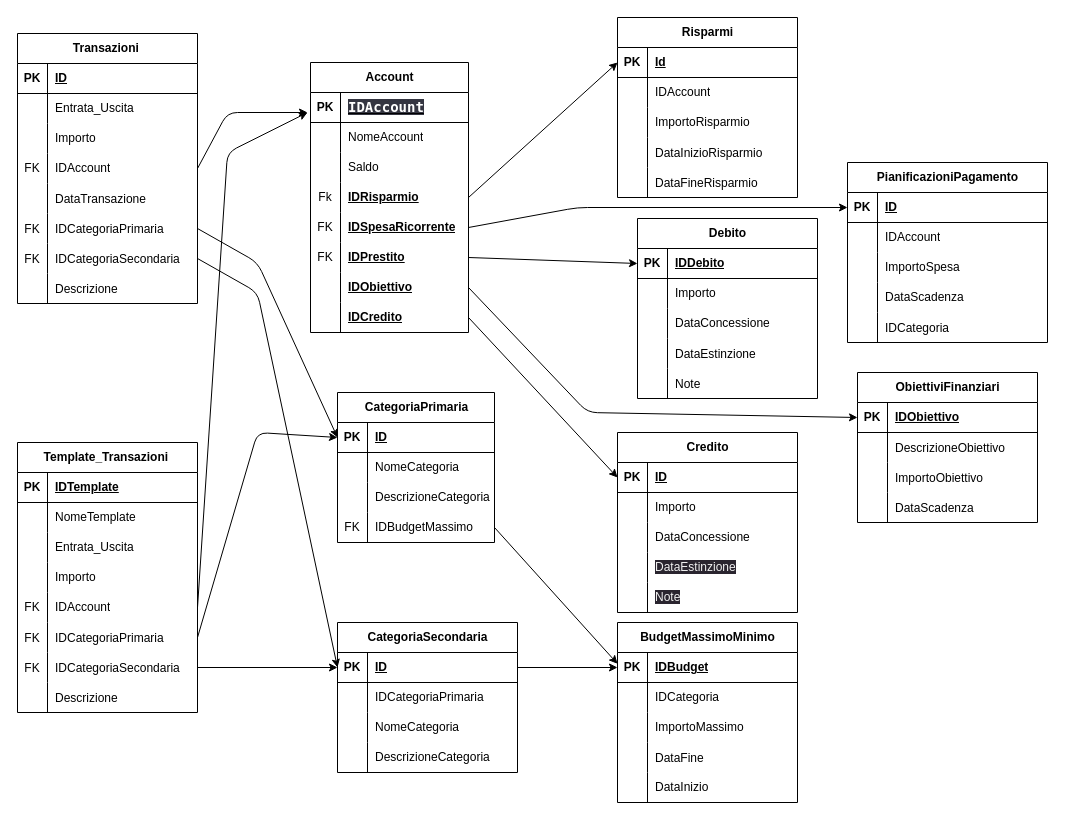
The draw.io diagram INFO/Cas_Flow_Web_ER.drawio in Giosc4/CashFlowWeb, before the edit. Source tidied: cells renumbered, new cells numbered last; positions are measured from the earlier drawing's top-left corner, leaving out a move shared by most shapes. Both pictures are drawn from the tidied source at 100%, with x=0, y=0 at pixel (17, 17).
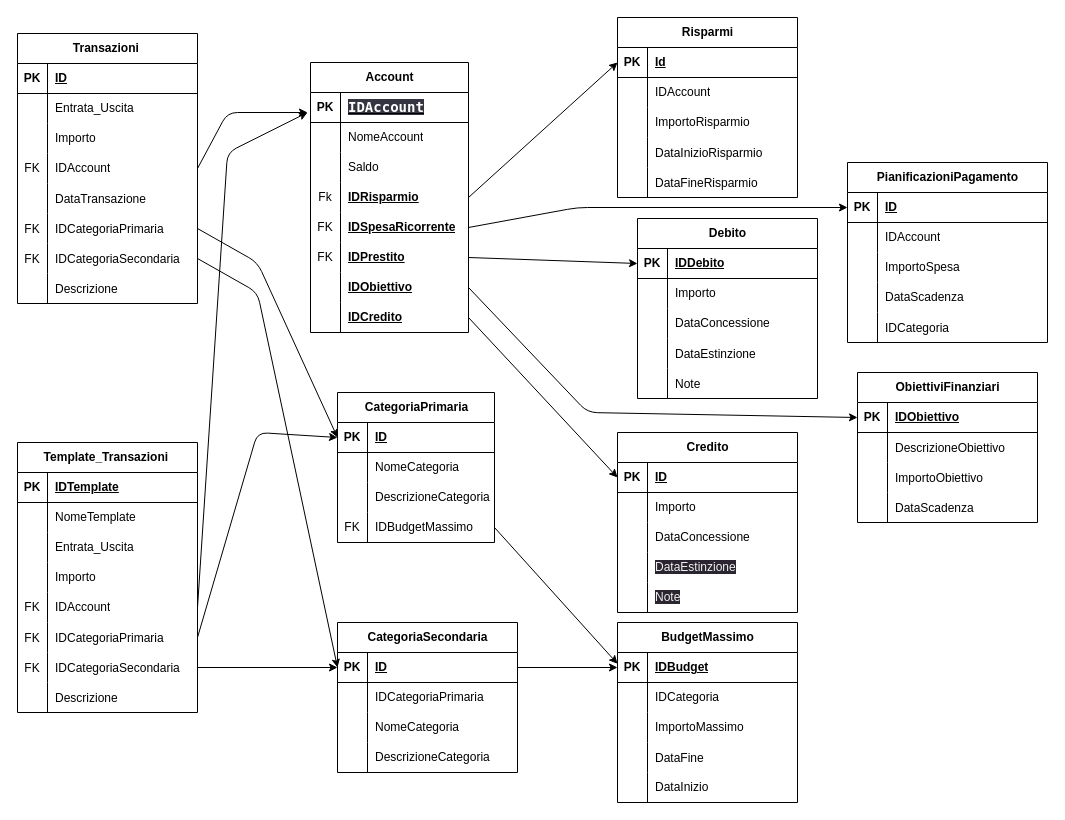
After the change.

Diff of the diagram source:
```diff
@@
-    <mxCell id="78" value="BudgetMassimoMinimo" style="shape=table;startSize=30;childLayout=tableLayout;rowLines=0;fontStyle=1;align=center;html=1;" parent="1" vertex="1">
+    <mxCell id="78" value="BudgetMassimo" style="shape=table;startSize=30;childLayout=tableLayout;rowLines=0;fontStyle=1;align=center;html=1;" parent="1" vertex="1">
       <mxGeometry x="600" y="605" width="180" height="180" as="geometry" />
     </mxCell>
```
